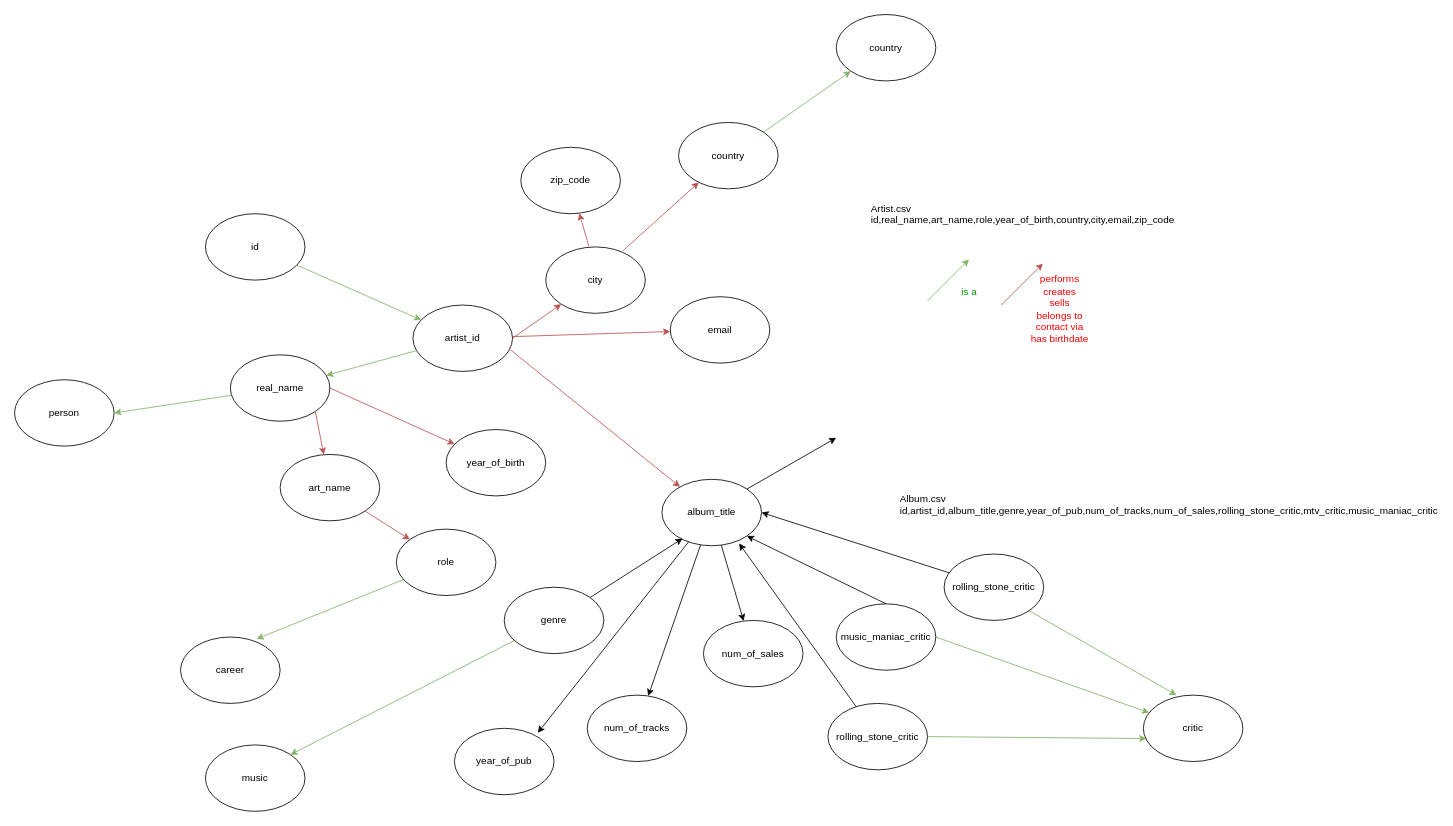
Earlier version of the draw.io diagram RDF Graph.drawio (MZI-lab/KG). Source tidied: cells renumbered, new cells numbered last; positions are measured from the earlier drawing's top-left corner, leaving out a move shared by most shapes. Both pictures are drawn from the tidied source at 83%, with x=0, y=0 at pixel (14, 14).
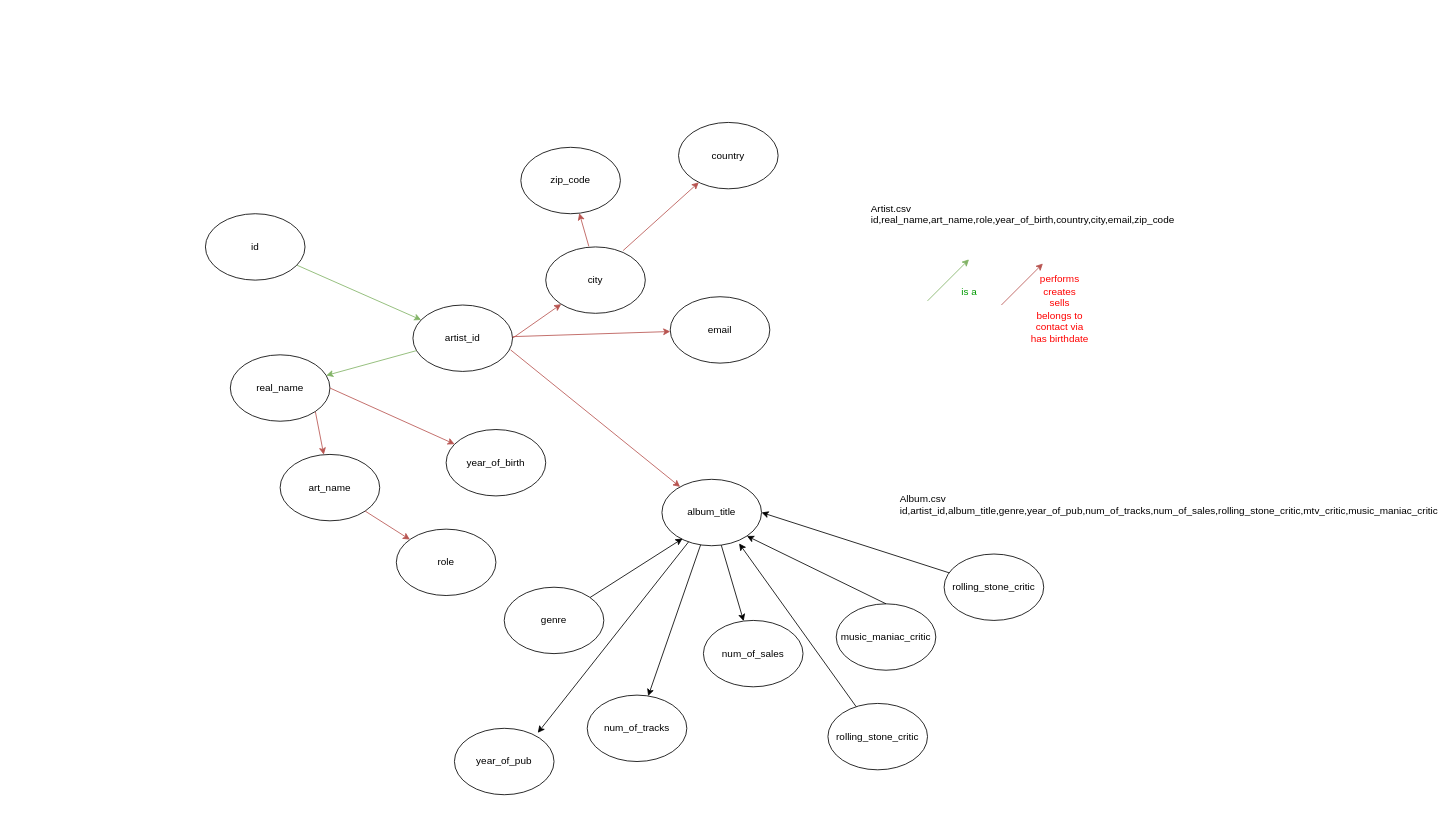
After the change.

Unchanged cells that the change refers to:
```xml
<mxCell id="8" value="genre" style="ellipse;whiteSpace=wrap;html=1;" parent="1" vertex="1">
  <mxGeometry x="590" y="690" width="120" height="80" as="geometry" />
</mxCell>
<mxCell id="10" value="album_title" style="ellipse;whiteSpace=wrap;html=1;" parent="1" vertex="1">
  <mxGeometry x="780" y="560" width="120" height="80" as="geometry" />
</mxCell>
<mxCell id="15" value="music_maniac_critic" style="ellipse;whiteSpace=wrap;html=1;" parent="1" vertex="1">
  <mxGeometry x="990" y="710" width="120" height="80" as="geometry" />
</mxCell>
<mxCell id="17" value="rolling_stone_critic" style="ellipse;whiteSpace=wrap;html=1;" parent="1" vertex="1">
  <mxGeometry x="980" y="830" width="120" height="80" as="geometry" />
</mxCell>
<mxCell id="19" value="rolling_stone_critic" style="ellipse;whiteSpace=wrap;html=1;" parent="1" vertex="1">
  <mxGeometry x="1120" y="650" width="120" height="80" as="geometry" />
</mxCell>
<mxCell id="23" value="real_name" style="ellipse;whiteSpace=wrap;html=1;" parent="1" vertex="1">
  <mxGeometry x="260" y="410" width="120" height="80" as="geometry" />
</mxCell>
<mxCell id="26" value="role" style="ellipse;whiteSpace=wrap;html=1;" parent="1" vertex="1">
  <mxGeometry x="460" y="620" width="120" height="80" as="geometry" />
</mxCell>
<mxCell id="29" value="country" style="ellipse;whiteSpace=wrap;html=1;" parent="1" vertex="1">
  <mxGeometry x="800" y="130" width="120" height="80" as="geometry" />
</mxCell>
```

The edit, as a diff of the source:
```diff
@@
-    <mxCell id="7" style="edgeStyle=none;rounded=0;jettySize=auto;html=1;entryX=1;entryY=0;entryDx=0;entryDy=0;fontColor=#000000;fillColor=#d5e8d4;strokeColor=#82b366;" parent="1" edge="1" source="8" target="55">
-      <mxGeometry relative="1" as="geometry" />
-    </mxCell>
@@
-    <mxCell id="9" style="edgeStyle=none;rounded=0;jettySize=auto;html=1;exitX=1;exitY=0;exitDx=0;exitDy=0;fontColor=#bf6460;" parent="1" edge="1" source="10">
-      <mxGeometry relative="1" as="geometry">
-        <mxPoint x="990" y="510" as="targetPoint" />
-      </mxGeometry>
-    </mxCell>
@@
-    <mxCell id="14" style="edgeStyle=none;rounded=0;jettySize=auto;html=1;exitX=1;exitY=0.5;exitDx=0;exitDy=0;fontColor=#bf6460;fillColor=#d5e8d4;strokeColor=#82b366;" parent="1" edge="1" source="15" target="51">
-      <mxGeometry relative="1" as="geometry" />
-    </mxCell>
@@
-    <mxCell id="16" style="edgeStyle=none;rounded=0;jettySize=auto;html=1;exitX=1;exitY=0.5;exitDx=0;exitDy=0;entryX=0.031;entryY=0.654;entryDx=0;entryDy=0;entryPerimeter=0;fontColor=#bf6460;fillColor=#d5e8d4;strokeColor=#82b366;" parent="1" edge="1" source="17" target="51">
-      <mxGeometry relative="1" as="geometry" />
-    </mxCell>
@@
-    <mxCell id="18" style="edgeStyle=none;rounded=0;jettySize=auto;html=1;exitX=1;exitY=1;exitDx=0;exitDy=0;fontColor=#bf6460;fillColor=#d5e8d4;strokeColor=#82b366;" parent="1" edge="1" source="19">
-      <mxGeometry relative="1" as="geometry">
-        <mxPoint x="1400" y="820" as="targetPoint" />
-      </mxGeometry>
-    </mxCell>
@@
-    <mxCell id="22" style="edgeStyle=none;rounded=0;jettySize=auto;html=1;fontColor=#bf6460;fillColor=#d5e8d4;strokeColor=#82b366;entryX=1;entryY=0.5;entryDx=0;entryDy=0;" parent="1" edge="1" source="23" target="53">
-      <mxGeometry relative="1" as="geometry" />
-    </mxCell>
@@
-    <mxCell id="25" style="edgeStyle=none;rounded=0;jettySize=auto;html=1;fontColor=#bf6460;fillColor=#d5e8d4;strokeColor=#82b366;entryX=0.764;entryY=0.029;entryDx=0;entryDy=0;entryPerimeter=0;" parent="1" edge="1" source="26" target="54">
-      <mxGeometry relative="1" as="geometry" />
-    </mxCell>
@@
-    <mxCell id="28" style="edgeStyle=none;rounded=0;jettySize=auto;html=1;exitX=1;exitY=0;exitDx=0;exitDy=0;fontColor=#bf6460;fillColor=#d5e8d4;strokeColor=#82b366;entryX=0;entryY=1;entryDx=0;entryDy=0;" parent="1" edge="1" source="29" target="52">
-      <mxGeometry relative="1" as="geometry" />
-    </mxCell>
@@
-    <mxCell id="51" value="&lt;font color=&quot;#000000&quot;&gt;critic&lt;/font&gt;" style="ellipse;whiteSpace=wrap;html=1;fontColor=#bf6460;" parent="1" vertex="1">
-      <mxGeometry x="1360" y="820" width="120" height="80" as="geometry" />
-    </mxCell>
-    <mxCell id="52" value="country" style="ellipse;whiteSpace=wrap;html=1;" parent="1" vertex="1">
-      <mxGeometry x="990" width="120" height="80" as="geometry" />
-    </mxCell>
-    <mxCell id="53" value="person" style="ellipse;whiteSpace=wrap;html=1;fontColor=#000000;" parent="1" vertex="1">
-      <mxGeometry y="440" width="120" height="80" as="geometry" />
-    </mxCell>
-    <mxCell id="54" value="career" style="ellipse;whiteSpace=wrap;html=1;fontColor=#000000;" parent="1" vertex="1">
-      <mxGeometry x="200" y="750" width="120" height="80" as="geometry" />
-    </mxCell>
-    <mxCell id="55" value="music" style="ellipse;whiteSpace=wrap;html=1;fontColor=#000000;" parent="1" vertex="1">
-      <mxGeometry x="230" y="880" width="120" height="80" as="geometry" />
-    </mxCell>
```
